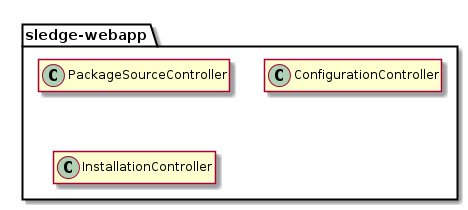
unic/sledge keeps this PlantUML diagram as docs/src/main/plantuml-generated/building-block-webapp-diagram.png. Above is the earlier version. Source of this version:
```plantuml
@startuml

package "sledge-webapp" as webapp {
	class PackageSourceController
	class ConfigurationController
	class InstallationController
}

hide members

@enduml
```
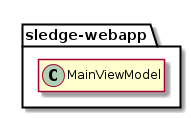
The same diagram one commit later.

Change to the diagram source:
```diff
@@ -1,9 +1,7 @@
 @startuml
 
 package "sledge-webapp" as webapp {
-	class PackageSourceController
-	class ConfigurationController
-	class InstallationController
+	class MainViewModel
 }
 
 hide members
```
